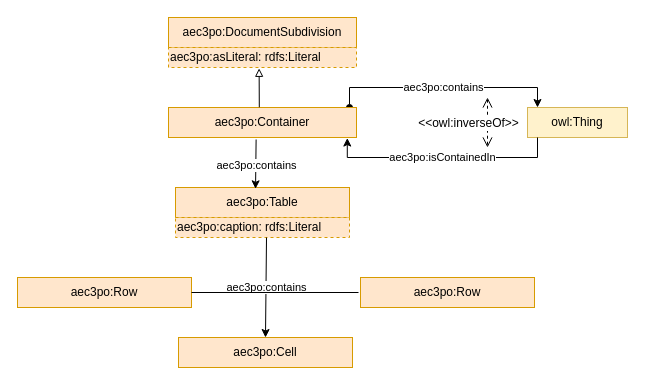
The draw.io diagram page "table" (32 of 50) of src/aec3po.drawio in Accord-Project/aec3po, before the edit. Source tidied: cells renumbered, new cells numbered last; positions are measured from the earlier drawing's top-left corner, leaving out a move shared by most shapes. Both pictures are drawn from the tidied source at 100%, with x=0, y=0 at pixel (17, 17).
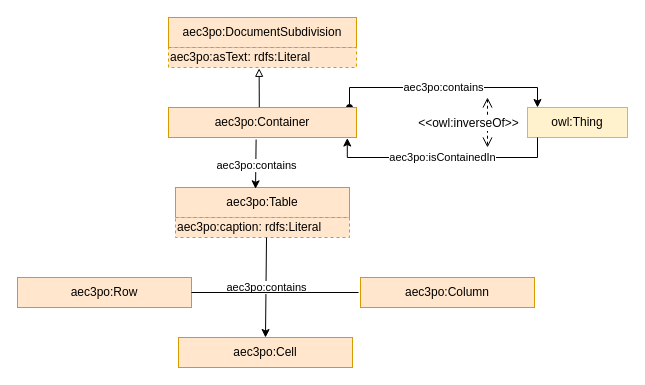
Above is the later version.

Change to the diagram source:
```diff
@@
-    <mxCell id="11" value="aec3po:asLiteral: rdfs:Literal" style="rounded=0;whiteSpace=wrap;html=1;snapToPoint=1;points=[[0.1,0],[0.2,0],[0.3,0],[0.4,0],[0.5,0],[0.6,0],[0.7,0],[0.8,0],[0.9,0],[0,0.1],[0,0.3],[0,0.5],[0,0.7],[0,0.9],[0.1,1],[0.2,1],[0.3,1],[0.4,1],[0.5,1],[0.6,1],[0.7,1],[0.8,1],[0.9,1],[1,0.1],[1,0.3],[1,0.5],[1,0.7],[1,0.9]];dashed=1;shadow=0;strokeColor=#d79b00;fillColor=#ffe6cc;align=left;" parent="1" vertex="1">
+    <mxCell id="11" value="aec3po:asText: rdfs:Literal" style="rounded=0;whiteSpace=wrap;html=1;snapToPoint=1;points=[[0.1,0],[0.2,0],[0.3,0],[0.4,0],[0.5,0],[0.6,0],[0.7,0],[0.8,0],[0.9,0],[0,0.1],[0,0.3],[0,0.5],[0,0.7],[0,0.9],[0.1,1],[0.2,1],[0.3,1],[0.4,1],[0.5,1],[0.6,1],[0.7,1],[0.8,1],[0.9,1],[1,0.1],[1,0.3],[1,0.5],[1,0.7],[1,0.9]];dashed=1;shadow=0;strokeColor=#d79b00;fillColor=#ffe6cc;align=left;" parent="1" vertex="1">
       <mxGeometry x="151" y="30" width="188" height="20" as="geometry" />
     </mxCell>
@@
-    <mxCell id="16" value="aec3po:Row" style="rounded=0;whiteSpace=wrap;html=1;fillColor=#ffe6cc;strokeColor=#d79b00;" parent="1" vertex="1">
+    <mxCell id="16" value="aec3po:Column" style="rounded=0;whiteSpace=wrap;html=1;fillColor=#ffe6cc;strokeColor=#d79b00;" parent="1" vertex="1">
       <mxGeometry x="343" y="260" width="174" height="30" as="geometry" />
     </mxCell>
```
